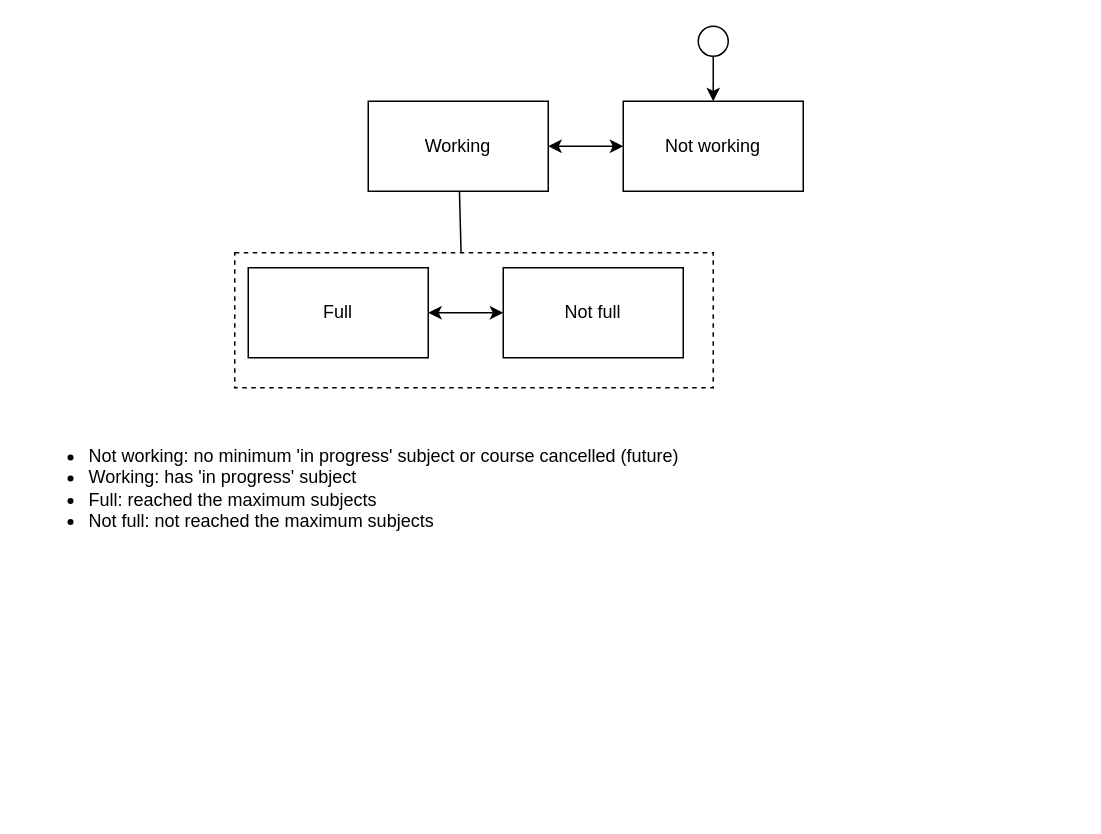
This is page "TeacherState" (5 of 10) of architecture/components-phase1.drawio from douglasdcm/tdd_detroid, a draw.io file, before an edit. Source tidied: cells renumbered, new cells numbered last; positions are measured from the earlier drawing's top-left corner, leaving out a move shared by most shapes. Both pictures are drawn from the tidied source at 150%, with x=0, y=0 at pixel (26, 26).
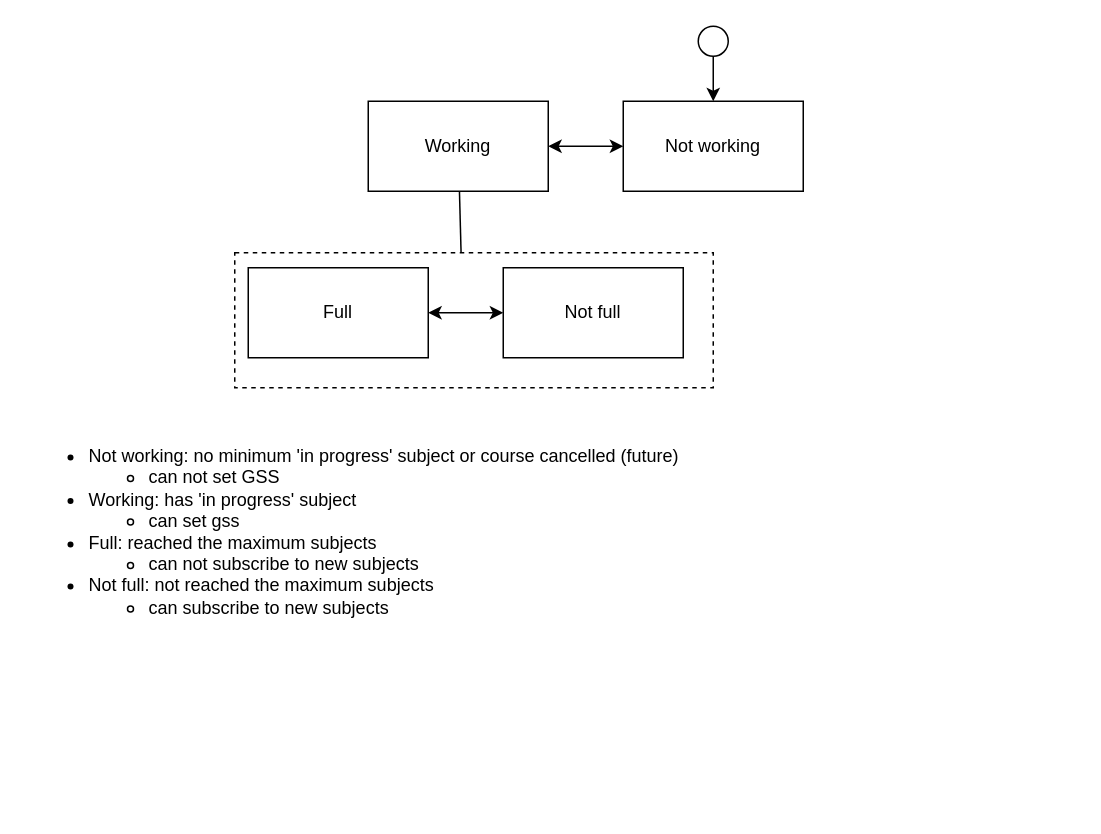
The same page after the edit.

The edit, as a diff of the source:
```diff
@@
 <mxGraphModel>
   <root>
     <mxCell id="0" />
     <mxCell id="1" parent="0" />
     <mxCell id="2" style="rounded=0;whiteSpace=wrap;html=1;dashed=1;" parent="1" vertex="1">
       <mxGeometry x="139" y="151" width="319" height="90" as="geometry" />
     </mxCell>
     <mxCell id="3" style="edgeStyle=none;html=1;startArrow=classic;startFill=1;endArrow=classic;endFill=1;" parent="1" edge="1" source="5" target="6">
       <mxGeometry relative="1" as="geometry" />
     </mxCell>
     <mxCell id="4" style="html=1;elbow=vertical;entryX=0.473;entryY=0;entryDx=0;entryDy=0;entryPerimeter=0;endArrow=none;endFill=0;" parent="1" edge="1" source="5" target="2">
       <mxGeometry relative="1" as="geometry" />
     </mxCell>
     <mxCell id="5" value="Working" style="rounded=0;whiteSpace=wrap;html=1;" parent="1" vertex="1">
       <mxGeometry x="228" y="50" width="120" height="60" as="geometry" />
     </mxCell>
     <mxCell id="6" value="Not working" style="rounded=0;whiteSpace=wrap;html=1;" parent="1" vertex="1">
       <mxGeometry x="398" y="50" width="120" height="60" as="geometry" />
     </mxCell>
     <mxCell id="7" style="edgeStyle=none;html=1;entryX=0.5;entryY=0;entryDx=0;entryDy=0;" parent="1" edge="1" source="8" target="6">
       <mxGeometry relative="1" as="geometry" />
     </mxCell>
     <mxCell id="8" style="ellipse;whiteSpace=wrap;html=1;" parent="1" vertex="1">
       <mxGeometry x="448" width="20" height="20" as="geometry" />
     </mxCell>
-    <mxCell id="9" value="&lt;ul&gt;&lt;li&gt;Not working: no minimum 'in progress' subject or course cancelled (future)&lt;/li&gt;&lt;li&gt;Working: has 'in progress' subject&lt;/li&gt;&lt;li&gt;Full: reached the maximum subjects&lt;/li&gt;&lt;li&gt;Not full: not reached the maximum subjects&lt;/li&gt;&lt;/ul&gt;" style="text;html=1;align=left;verticalAlign=top;whiteSpace=wrap;rounded=0;" parent="1" vertex="1">
+    <mxCell id="9" value="&lt;ul&gt;&lt;li&gt;Not working: no minimum 'in progress' subject or course cancelled (future)&lt;/li&gt;&lt;ul&gt;&lt;li&gt;can not set GSS&lt;/li&gt;&lt;/ul&gt;&lt;li&gt;Working: has 'in progress' subject&lt;/li&gt;&lt;ul&gt;&lt;li&gt;can set gss&lt;/li&gt;&lt;/ul&gt;&lt;li&gt;Full: reached the maximum subjects&lt;/li&gt;&lt;ul&gt;&lt;li&gt;can not subscribe to new subjects&lt;/li&gt;&lt;/ul&gt;&lt;li&gt;Not full: not reached the maximum subjects&lt;/li&gt;&lt;ul&gt;&lt;li&gt;can subscribe to new subjects&lt;/li&gt;&lt;/ul&gt;&lt;/ul&gt;" style="text;html=1;align=left;verticalAlign=top;whiteSpace=wrap;rounded=0;" parent="1" vertex="1">
       <mxGeometry y="261" width="700" height="260" as="geometry" />
     </mxCell>
     <mxCell id="10" value="Full" style="rounded=0;whiteSpace=wrap;html=1;" parent="1" vertex="1">
       <mxGeometry x="148" y="161" width="120" height="60" as="geometry" />
     </mxCell>
     <mxCell id="11" style="html=1;entryX=1;entryY=0.5;entryDx=0;entryDy=0;elbow=vertical;startArrow=classic;startFill=1;" parent="1" edge="1" source="12" target="10">
       <mxGeometry relative="1" as="geometry" />
     </mxCell>
     <mxCell id="12" value="Not full" style="rounded=0;whiteSpace=wrap;html=1;" parent="1" vertex="1">
       <mxGeometry x="318" y="161" width="120" height="60" as="geometry" />
     </mxCell>
   </root>
 </mxGraphModel>
```
